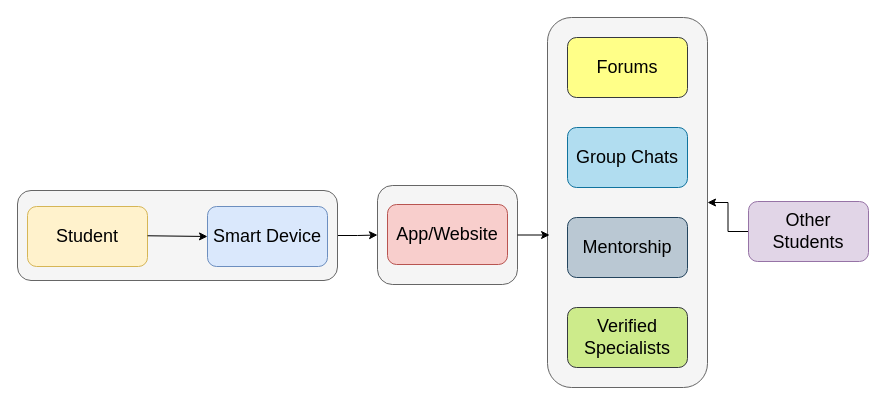
SohaYusuf/diagrams keeps this draw.io diagram as Untitled Diagram.drawio. Above is the earlier version. Source tidied: cells renumbered, new cells numbered last; positions are measured from the earlier drawing's top-left corner, leaving out a move shared by most shapes. Both pictures are drawn from the tidied source at 100%, with x=0, y=0 at pixel (17, 17).
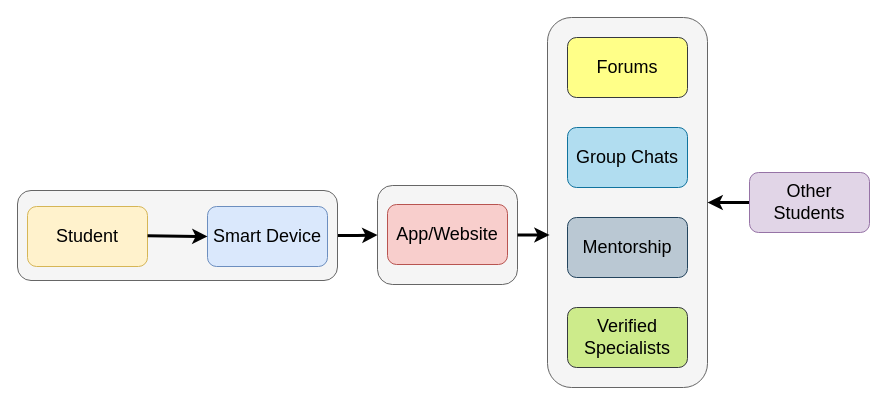
Above is the later version.

Change to the diagram source:
```diff
@@
 <mxGraphModel>
   <root>
     <mxCell id="0" />
     <mxCell id="1" parent="0" />
     <mxCell id="2" style="rounded=1;whiteSpace=wrap;html=1;fillColor=#f5f5f5;fontColor=#333333;strokeColor=#666666;" parent="1" vertex="1">
       <mxGeometry x="360" y="168" width="140" height="99" as="geometry" />
     </mxCell>
     <mxCell id="3" style="rounded=1;whiteSpace=wrap;html=1;fillColor=#f5f5f5;fontColor=#333333;strokeColor=#666666;" parent="1" vertex="1">
       <mxGeometry x="530" width="160" height="370" as="geometry" />
     </mxCell>
-    <mxCell id="4" style="edgeStyle=orthogonalEdgeStyle;rounded=0;jettySize=auto;html=1;exitX=1;exitY=0.5;exitDx=0;exitDy=0;entryX=0;entryY=0.5;entryDx=0;entryDy=0;" parent="1" edge="1" source="5" target="2">
+    <mxCell id="4" style="edgeStyle=orthogonalEdgeStyle;rounded=0;jettySize=auto;html=1;exitX=1;exitY=0.5;exitDx=0;exitDy=0;entryX=0;entryY=0.5;entryDx=0;entryDy=0;strokeWidth=3;" parent="1" edge="1" source="5" target="2">
       <mxGeometry relative="1" as="geometry" />
     </mxCell>
     <mxCell id="5" style="rounded=1;whiteSpace=wrap;html=1;fillColor=#f5f5f5;fontColor=#333333;strokeColor=#666666;" parent="1" vertex="1">
       <mxGeometry y="173" width="320" height="90" as="geometry" />
     </mxCell>
     <mxCell id="6" value="Student" style="rounded=1;whiteSpace=wrap;html=1;strokeWidth=1;perimeterSpacing=6;fillColor=#fff2cc;strokeColor=#d6b656;fontSize=18;" parent="1" vertex="1">
       <mxGeometry x="10" y="189" width="120" height="60" as="geometry" />
     </mxCell>
     <mxCell id="7" value="Smart Device" style="rounded=1;whiteSpace=wrap;html=1;fillColor=#dae8fc;strokeColor=#6c8ebf;fontSize=18;" parent="1" vertex="1">
       <mxGeometry x="190" y="189" width="120" height="60" as="geometry" />
     </mxCell>
     <mxCell id="8" value="Verified Specialists" style="rounded=1;whiteSpace=wrap;html=1;fontSize=18;fillColor=#cdeb8b;strokeColor=#36393d;" parent="1" vertex="1">
       <mxGeometry x="550" y="290" width="120" height="60" as="geometry" />
     </mxCell>
     <mxCell id="9" value="Mentorship" style="rounded=1;whiteSpace=wrap;html=1;fontSize=18;fillColor=#bac8d3;strokeColor=#23445d;" parent="1" vertex="1">
       <mxGeometry x="550" y="200" width="120" height="60" as="geometry" />
     </mxCell>
-    <mxCell id="10" style="edgeStyle=orthogonalEdgeStyle;rounded=0;jettySize=auto;html=1;exitX=0;exitY=0.5;exitDx=0;exitDy=0;entryX=1;entryY=0.5;entryDx=0;entryDy=0;" parent="1" edge="1" source="11" target="3">
+    <mxCell id="10" style="edgeStyle=orthogonalEdgeStyle;rounded=0;jettySize=auto;html=1;exitX=0;exitY=0.5;exitDx=0;exitDy=0;entryX=1;entryY=0.5;entryDx=0;entryDy=0;strokeWidth=3;" parent="1" edge="1" source="11" target="3">
       <mxGeometry relative="1" as="geometry" />
     </mxCell>
     <mxCell id="11" value="Other Students" style="rounded=1;whiteSpace=wrap;html=1;fontSize=18;fillColor=#e1d5e7;strokeColor=#9673a6;" parent="1" vertex="1">
-      <mxGeometry x="731" y="184" width="120" height="60" as="geometry" />
+      <mxGeometry x="732" y="155" width="120" height="60" as="geometry" />
     </mxCell>
     <mxCell id="12" value="App/Website" style="rounded=1;whiteSpace=wrap;html=1;fontSize=18;fillColor=#f8cecc;strokeColor=#b85450;" parent="1" vertex="1">
       <mxGeometry x="370" y="187" width="120" height="60" as="geometry" />
     </mxCell>
     <mxCell id="13" value="Forums" style="rounded=1;whiteSpace=wrap;html=1;fontSize=18;fillColor=#ffff88;strokeColor=#36393d;" parent="1" vertex="1">
       <mxGeometry x="550" y="20" width="120" height="60" as="geometry" />
     </mxCell>
     <mxCell id="14" value="Group Chats" style="rounded=1;whiteSpace=wrap;html=1;fontSize=18;fillColor=#b1ddf0;strokeColor=#10739e;" parent="1" vertex="1">
       <mxGeometry x="550" y="110" width="120" height="60" as="geometry" />
     </mxCell>
-    <mxCell id="15" style="endArrow=classic;html=1;rounded=0;entryX=0;entryY=0.5;entryDx=0;entryDy=0;exitX=0.955;exitY=0.49;exitDx=0;exitDy=0;exitPerimeter=0;fontSize=18;" parent="1" edge="1" source="6" target="7">
+    <mxCell id="15" style="endArrow=classic;html=1;rounded=0;entryX=0;entryY=0.5;entryDx=0;entryDy=0;exitX=0.955;exitY=0.49;exitDx=0;exitDy=0;exitPerimeter=0;fontSize=18;strokeWidth=3;" parent="1" edge="1" source="6" target="7">
       <mxGeometry relative="1" as="geometry" />
     </mxCell>
-    <mxCell id="16" style="edgeStyle=orthogonalEdgeStyle;rounded=0;jettySize=auto;html=1;exitX=1;exitY=0.5;exitDx=0;exitDy=0;entryX=0.013;entryY=0.588;entryDx=0;entryDy=0;entryPerimeter=0;" parent="1" edge="1" source="2" target="3">
+    <mxCell id="16" style="edgeStyle=orthogonalEdgeStyle;rounded=0;jettySize=auto;html=1;exitX=1;exitY=0.5;exitDx=0;exitDy=0;entryX=0.013;entryY=0.588;entryDx=0;entryDy=0;entryPerimeter=0;strokeWidth=3;" parent="1" edge="1" source="2" target="3">
       <mxGeometry relative="1" as="geometry" />
     </mxCell>
   </root>
 </mxGraphModel>
```
